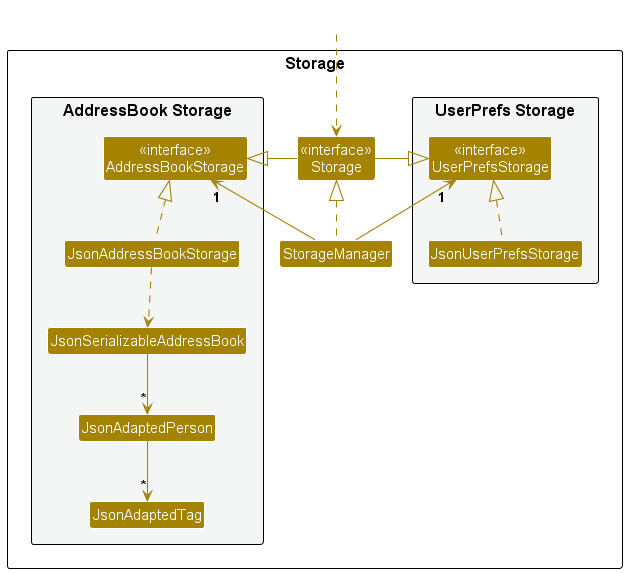
The PlantUML diagram docs/images/StorageClassDiagram.png in nus-cs2103-AY2324S2/tp, before a commit.
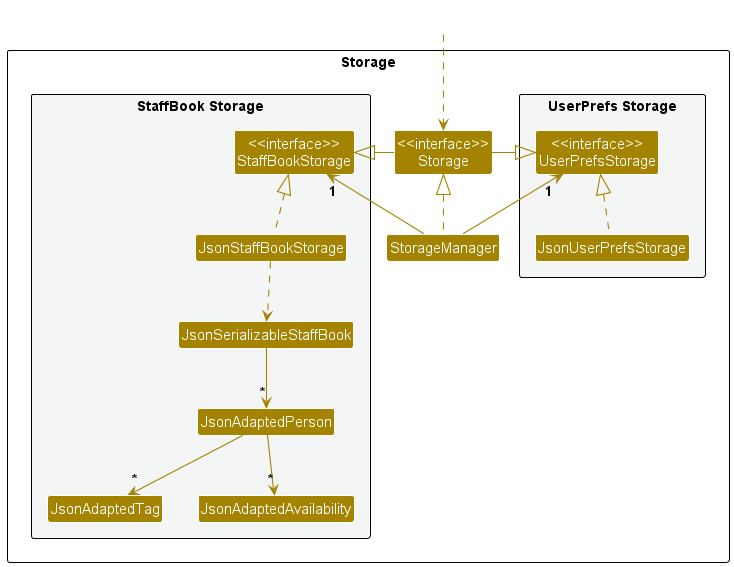
Later version of the same file.

Commit message:
Update Storage class UML

What changed in the source:
```diff
@@ -14,12 +14,13 @@
 Class "<<interface>>\nStorage" as Storage
 Class StorageManager
 
-package "AddressBook Storage" #F4F6F6{
-Class "<<interface>>\nAddressBookStorage" as AddressBookStorage
-Class JsonAddressBookStorage
-Class JsonSerializableAddressBook
+package "StaffBook Storage" #F4F6F6{
+Class "<<interface>>\nStaffBookStorage" as StaffBookStorage
+Class JsonStaffBookStorage
+Class JsonSerializableStaffBook
 Class JsonAdaptedPerson
 Class JsonAdaptedTag
+Class JsonAdaptedAvailability
 }
 
 }
@@ -29,15 +30,16 @@
 
 StorageManager .up.|> Storage
 StorageManager -up-> "1" UserPrefsStorage
-StorageManager -up-> "1" AddressBookStorage
+StorageManager -up-> "1" StaffBookStorage
 
 Storage -left-|> UserPrefsStorage
-Storage -right-|> AddressBookStorage
+Storage -right-|> StaffBookStorage
 
 JsonUserPrefsStorage .up.|> UserPrefsStorage
-JsonAddressBookStorage .up.|> AddressBookStorage
-JsonAddressBookStorage ..> JsonSerializableAddressBook
-JsonSerializableAddressBook --> "*" JsonAdaptedPerson
+JsonStaffBookStorage .up.|> StaffBookStorage
+JsonStaffBookStorage ..> JsonSerializableStaffBook
+JsonSerializableStaffBook --> "*" JsonAdaptedPerson
 JsonAdaptedPerson --> "*" JsonAdaptedTag
+JsonAdaptedPerson --> "*" JsonAdaptedAvailability
 
 @enduml
```
